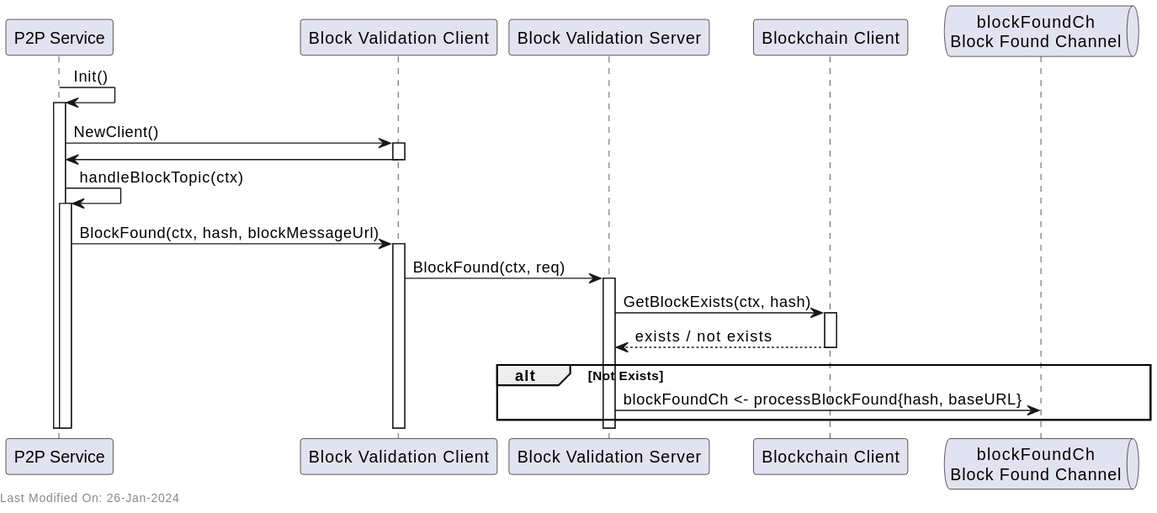
Earlier version of the PlantUML export docs/services/img/plantuml/blockvalidation/block_validation_p2p_block_found.svg (freemans13/teranode). Its source is kept beside it as docs/services/img/plantuml/blockvalidation/block_validation_p2p_block_found.puml.
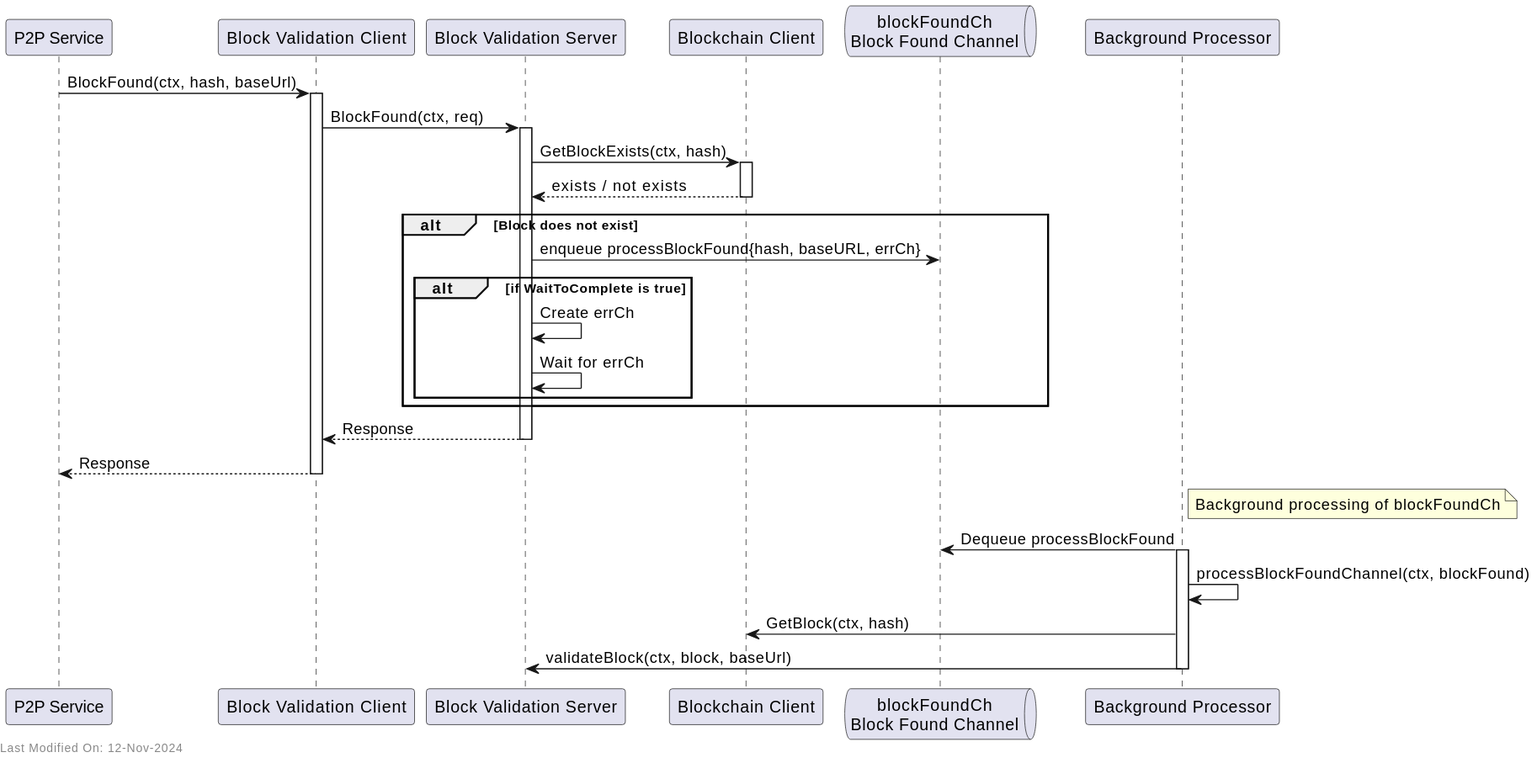
After the commit.

Commit message:
Documentation - restructure Block Validation documentation for better separation of design and reference documents #1398

The edit, as a diff of the source:
```diff
@@ -4,19 +4,9 @@
 participant "Block Validation Server" as BVS
 participant "Blockchain Client" as BC
 queue "blockFoundCh\nBlock Found Channel" as BFC
+participant "Background Processor" as BP
 
-P2P -> P2P: Init()
-activate P2P
-
-P2P -> BVC: NewClient()
-
-activate BVC
-BVC -> P2P
-deactivate BVC
-
-P2P -> P2P: handleBlockTopic(ctx)
-activate P2P
-P2P -> BVC: BlockFound(ctx, hash, blockMessageUrl)
+P2P -> BVC: BlockFound(ctx, hash, baseUrl)
 activate BVC
 
 BVC -> BVS: BlockFound(ctx, req)
@@ -27,14 +17,30 @@
 BC --> BVS: exists / not exists
 deactivate BC
 
-alt Not Exists
-BVS -> BFC: blockFoundCh <- processBlockFound{hash, baseURL}
+alt Block does not exist
+    BVS -> BFC: enqueue processBlockFound{hash, baseURL, errCh}
+
+    alt if WaitToComplete is true
+        BVS -> BVS: Create errCh
+        BVS -> BVS: Wait for errCh
+    end
 end
 
+BVS --> BVC: Response
 deactivate BVS
+BVC --> P2P: Response
 deactivate BVC
-deactivate P2P
-deactivate P2P
+
+note right of BP
+  Background processing of blockFoundCh
+end note
+
+BP -> BFC: Dequeue processBlockFound
+activate BP
+BP -> BP: processBlockFoundChannel(ctx, blockFound)
+BP -> BC: GetBlock(ctx, hash)
+BP -> BVS: validateBlock(ctx, block, baseUrl)
+deactivate BP
 
 left footer Last Modified On: %date("dd-MMM-yyyy")
 
```
